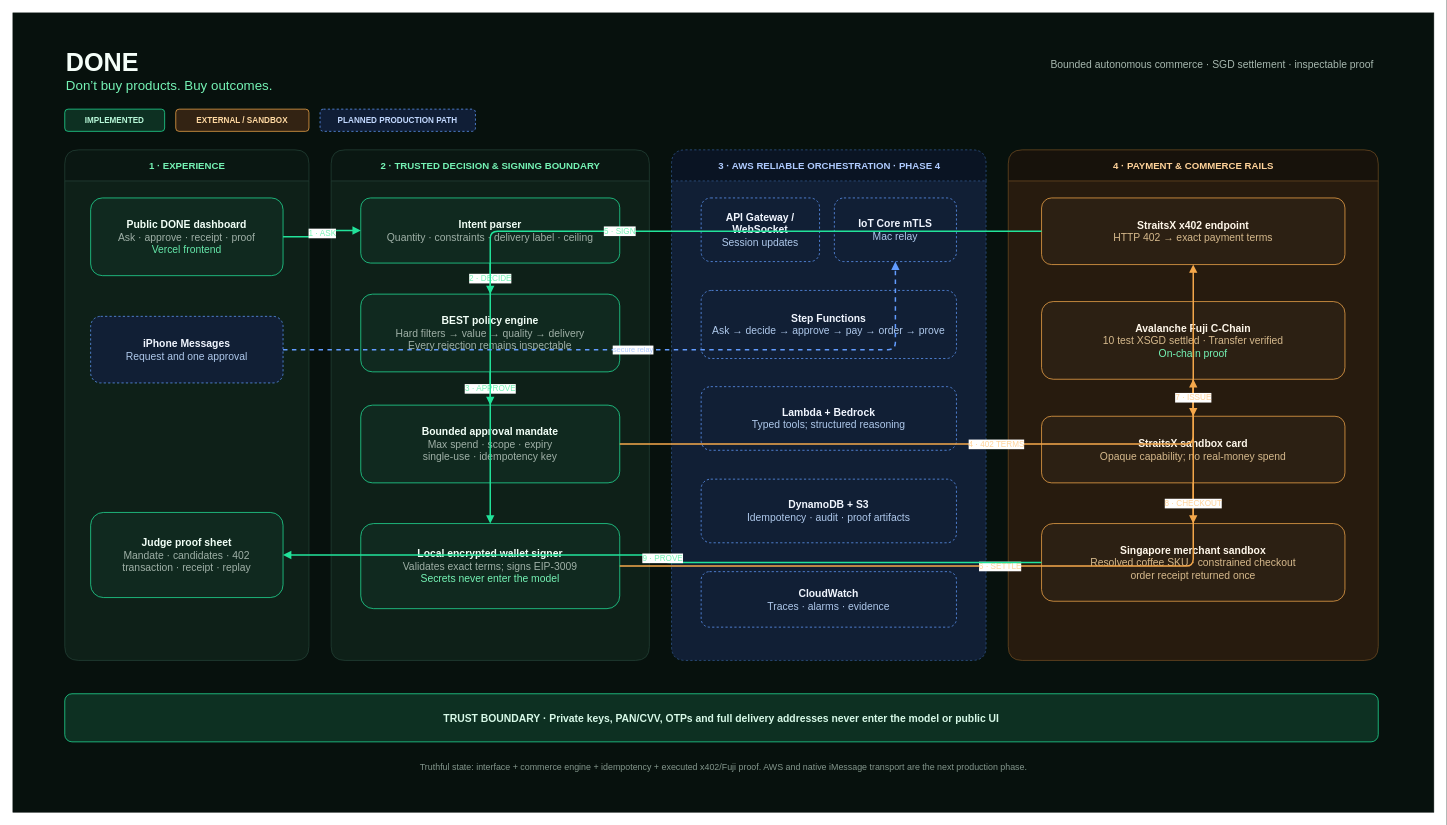
The draw.io diagram architecture.drawio in 13shreyansh/done-agentic-commerce, before the edit. Source tidied: cells renumbered, new cells numbered last; positions are measured from the earlier drawing's top-left corner, leaving out a move shared by most shapes. Both pictures are drawn from the tidied source at 74%, with x=0, y=0 at pixel (13, 13).
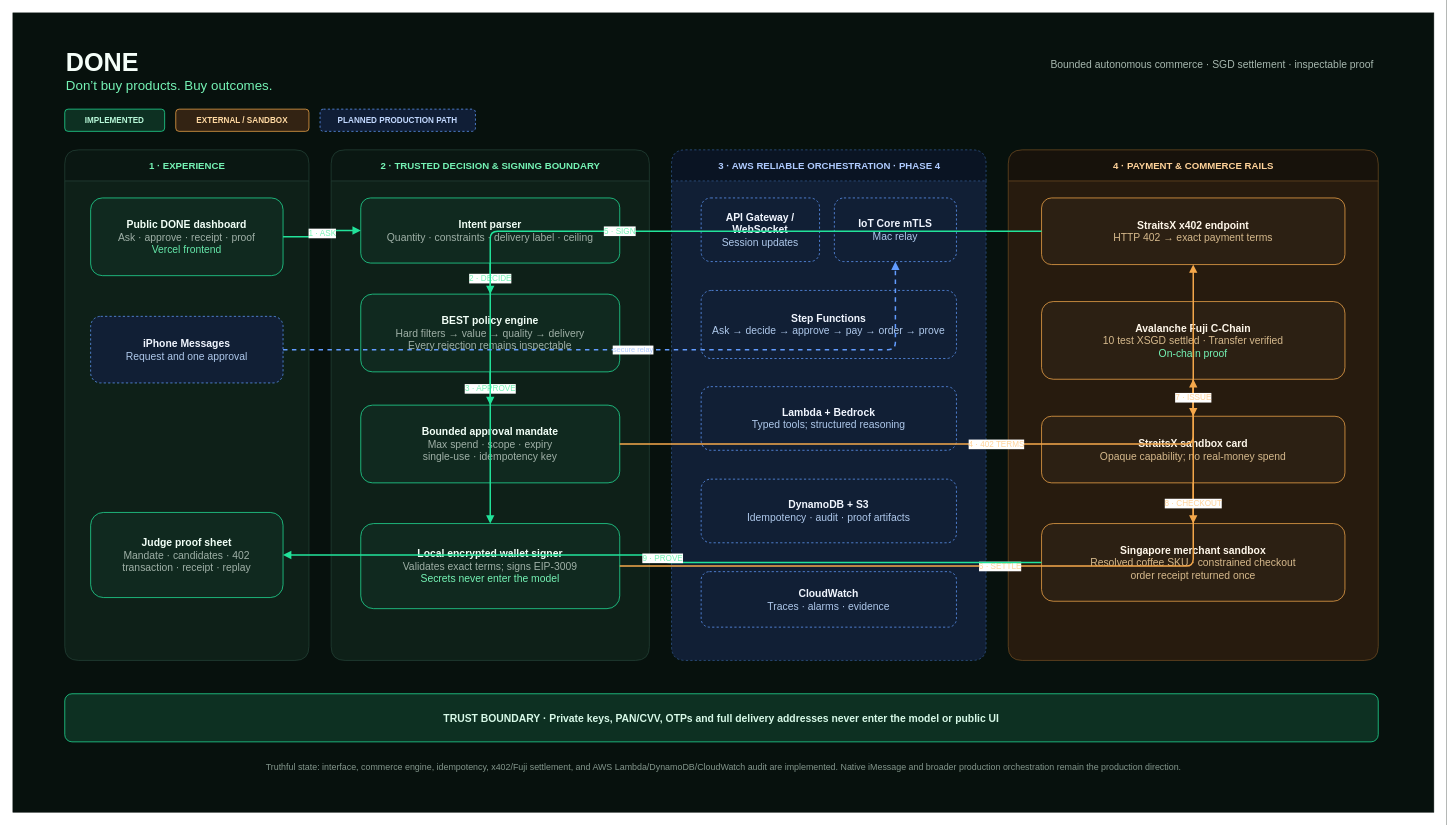
The same diagram, later.

Commit message (it also covers changes not shown here):
Embed architecture and expand README

What changed in the source:
```diff
@@
-    <mxCell id="40" value="Truthful state: interface + commerce engine + idempotency + executed x402/Fuji proof. AWS and native iMessage transport are the next production phase." style="text;html=1;strokeColor=none;fillColor=none;fontColor=#83968C;fontSize=12;align=center;" parent="1" vertex="1">
+    <mxCell id="40" value="Truthful state: interface, commerce engine, idempotency, x402/Fuji settlement, and AWS Lambda/DynamoDB/CloudWatch audit are implemented. Native iMessage and broader production orchestration remain the production direction." style="text;html=1;strokeColor=none;fillColor=none;fontColor=#83968C;fontSize=12;align=center;" parent="1" vertex="1">
       <mxGeometry x="260" y="1005" width="1400" height="35" as="geometry" />
     </mxCell>
```
